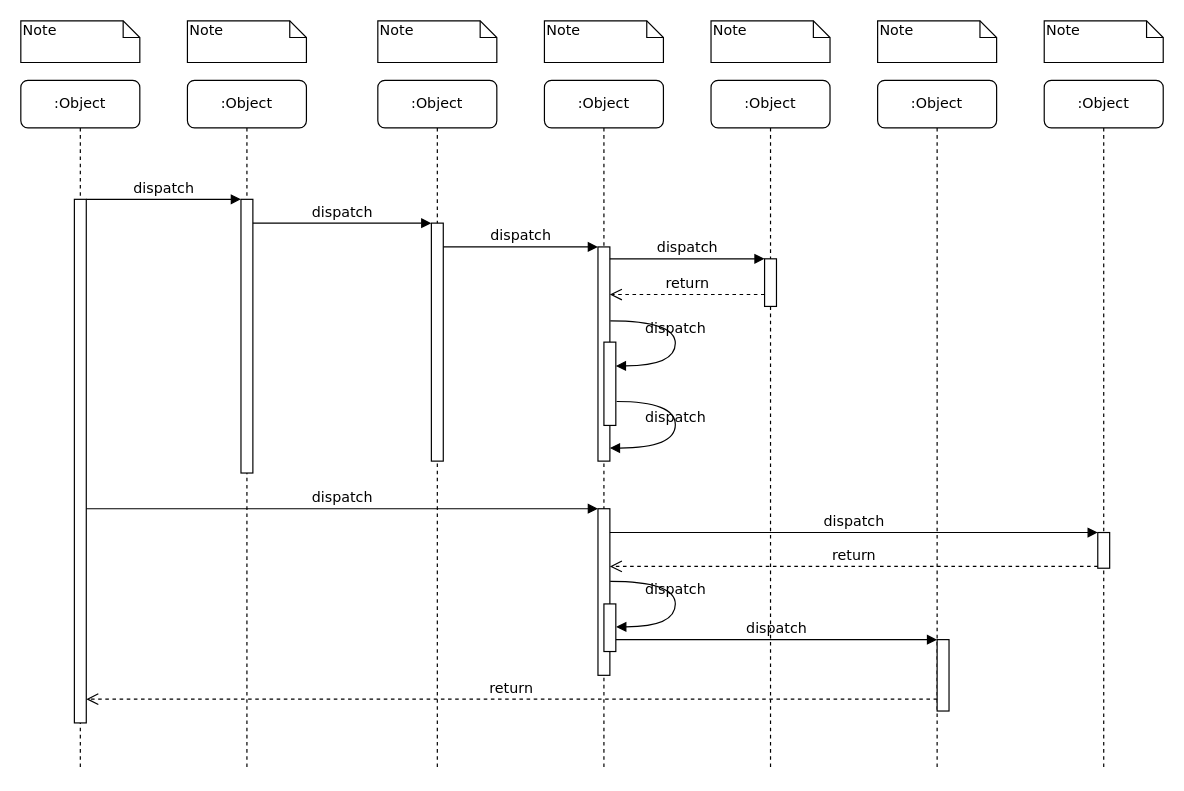
Earlier version of the draw.io diagram page "Page-1" (1 of 2) of 未命名表单.drawio (liuzhiguang/draw_io). Source tidied: cells renumbered, new cells numbered last; positions are measured from the earlier drawing's top-left corner, leaving out a move shared by most shapes. Both pictures are drawn from the tidied source at 119%, with x=0, y=0 at pixel (20, 20).
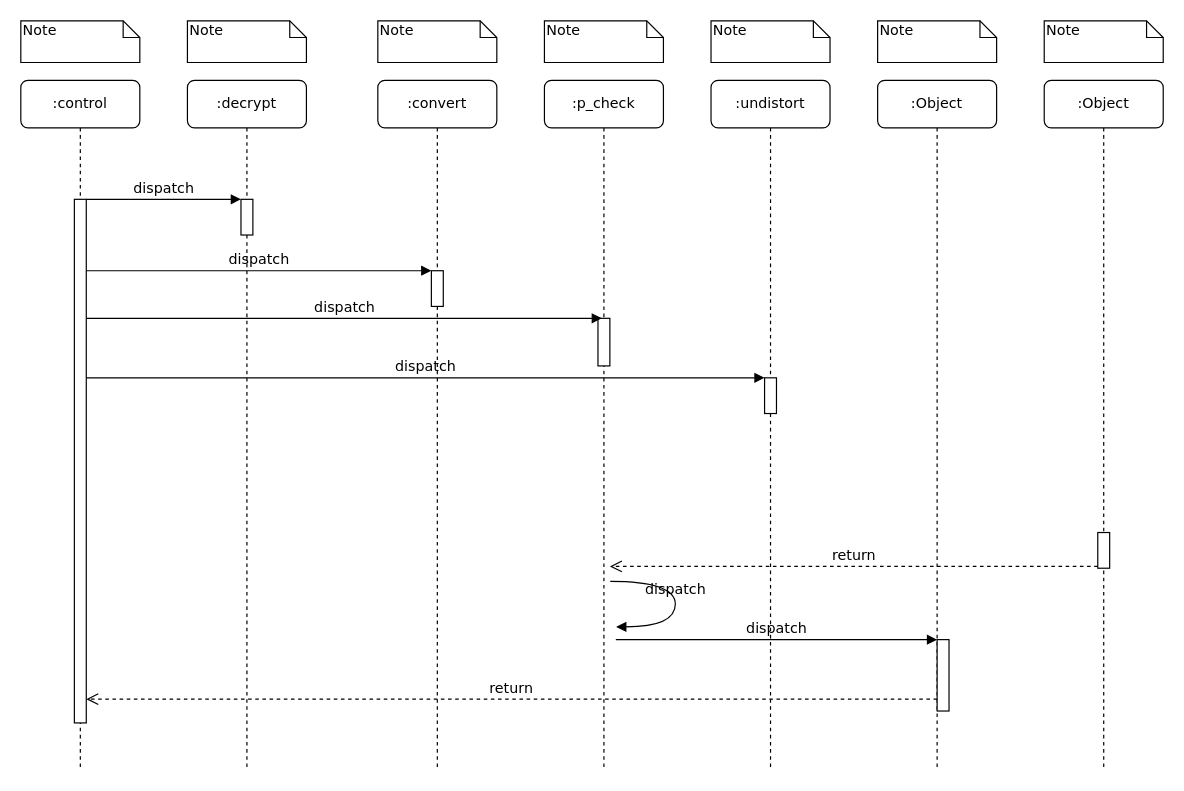
After the change.

The change refers to these unchanged cells:
```xml
<mxCell id="11" style="html=1;points=[];perimeter=orthogonalPerimeter;rounded=0;shadow=0;comic=0;labelBackgroundColor=none;strokeColor=#000000;strokeWidth=1;fillColor=#FFFFFF;fontFamily=Verdana;fontSize=12;fontColor=#000000;align=center;" parent="10" vertex="1">
  <mxGeometry x="45" y="100" width="10" height="440" as="geometry" />
</mxCell>
<mxCell id="19" style="html=1;points=[];perimeter=orthogonalPerimeter;rounded=0;shadow=0;comic=0;labelBackgroundColor=none;strokeColor=#000000;strokeWidth=1;fillColor=#FFFFFF;fontFamily=Verdana;fontSize=12;fontColor=#000000;align=center;" parent="1" vertex="1">
  <mxGeometry x="905" y="430" width="10" height="30" as="geometry" />
</mxCell>
<mxCell id="22" style="html=1;points=[];perimeter=orthogonalPerimeter;rounded=0;shadow=0;comic=0;labelBackgroundColor=none;strokeColor=#000000;strokeWidth=1;fillColor=#FFFFFF;fontFamily=Verdana;fontSize=12;fontColor=#000000;align=center;" parent="1" vertex="1">
  <mxGeometry x="770" y="520" width="10" height="60" as="geometry" />
</mxCell>
```

Diff of the diagram source:
```diff
@@
-    <mxCell id="2" value=":Object" style="shape=umlLifeline;perimeter=lifelinePerimeter;whiteSpace=wrap;html=1;rounded=1;shadow=0;comic=0;labelBackgroundColor=none;strokeColor=#000000;strokeWidth=1;fillColor=#FFFFFF;fontFamily=Verdana;fontSize=12;fontColor=#000000;align=center;" parent="1" vertex="1">
+    <mxCell id="2" value=":decrypt" style="shape=umlLifeline;perimeter=lifelinePerimeter;whiteSpace=wrap;html=1;rounded=1;shadow=0;comic=0;labelBackgroundColor=none;strokeColor=#000000;strokeWidth=1;fillColor=#FFFFFF;fontFamily=Verdana;fontSize=12;fontColor=#000000;align=center;" parent="1" vertex="1">
       <mxGeometry x="140" y="50" width="100" height="580" as="geometry" />
     </mxCell>
     <mxCell id="3" style="html=1;points=[];perimeter=orthogonalPerimeter;rounded=0;shadow=0;comic=0;labelBackgroundColor=none;strokeColor=#000000;strokeWidth=1;fillColor=#FFFFFF;fontFamily=Verdana;fontSize=12;fontColor=#000000;align=center;" parent="2" vertex="1">
-      <mxGeometry x="45" y="100" width="10" height="230" as="geometry" />
+      <mxGeometry x="45" y="100" width="10" height="30" as="geometry" />
     </mxCell>
-    <mxCell id="4" value=":Object" style="shape=umlLifeline;perimeter=lifelinePerimeter;whiteSpace=wrap;html=1;rounded=1;shadow=0;comic=0;labelBackgroundColor=none;strokeColor=#000000;strokeWidth=1;fillColor=#FFFFFF;fontFamily=Verdana;fontSize=12;fontColor=#000000;align=center;" parent="1" vertex="1">
+    <mxCell id="4" value=":convert" style="shape=umlLifeline;perimeter=lifelinePerimeter;whiteSpace=wrap;html=1;rounded=1;shadow=0;comic=0;labelBackgroundColor=none;strokeColor=#000000;strokeWidth=1;fillColor=#FFFFFF;fontFamily=Verdana;fontSize=12;fontColor=#000000;align=center;" parent="1" vertex="1">
       <mxGeometry x="300" y="50" width="100" height="580" as="geometry" />
     </mxCell>
     <mxCell id="5" style="html=1;points=[];perimeter=orthogonalPerimeter;rounded=0;shadow=0;comic=0;labelBackgroundColor=none;strokeColor=#000000;strokeWidth=1;fillColor=#FFFFFF;fontFamily=Verdana;fontSize=12;fontColor=#000000;align=center;" parent="4" vertex="1">
-      <mxGeometry x="45" y="120" width="10" height="200" as="geometry" />
+      <mxGeometry x="45" y="160" width="10" height="30" as="geometry" />
     </mxCell>
-    <mxCell id="6" value=":Object" style="shape=umlLifeline;perimeter=lifelinePerimeter;whiteSpace=wrap;html=1;rounded=1;shadow=0;comic=0;labelBackgroundColor=none;strokeColor=#000000;strokeWidth=1;fillColor=#FFFFFF;fontFamily=Verdana;fontSize=12;fontColor=#000000;align=center;" parent="1" vertex="1">
+    <mxCell id="6" value=":p_check" style="shape=umlLifeline;perimeter=lifelinePerimeter;whiteSpace=wrap;html=1;rounded=1;shadow=0;comic=0;labelBackgroundColor=none;strokeColor=#000000;strokeWidth=1;fillColor=#FFFFFF;fontFamily=Verdana;fontSize=12;fontColor=#000000;align=center;" parent="1" vertex="1">
       <mxGeometry x="440" y="50" width="100" height="580" as="geometry" />
     </mxCell>
-    <mxCell id="7" value=":Object" style="shape=umlLifeline;perimeter=lifelinePerimeter;whiteSpace=wrap;html=1;rounded=1;shadow=0;comic=0;labelBackgroundColor=none;strokeColor=#000000;strokeWidth=1;fillColor=#FFFFFF;fontFamily=Verdana;fontSize=12;fontColor=#000000;align=center;" parent="1" vertex="1">
+    <mxCell id="7" value=":undistort" style="shape=umlLifeline;perimeter=lifelinePerimeter;whiteSpace=wrap;html=1;rounded=1;shadow=0;comic=0;labelBackgroundColor=none;strokeColor=#000000;strokeWidth=1;fillColor=#FFFFFF;fontFamily=Verdana;fontSize=12;fontColor=#000000;align=center;" parent="1" vertex="1">
       <mxGeometry x="580" y="50" width="100" height="580" as="geometry" />
     </mxCell>
+    <mxCell id="14" style="html=1;points=[];perimeter=orthogonalPerimeter;rounded=0;shadow=0;comic=0;labelBackgroundColor=none;strokeColor=#000000;strokeWidth=1;fillColor=#FFFFFF;fontFamily=Verdana;fontSize=12;fontColor=#000000;align=center;" parent="7" vertex="1">
+      <mxGeometry x="45" y="250" width="10" height="30" as="geometry" />
+    </mxCell>
@@
-    <mxCell id="10" value=":Object" style="shape=umlLifeline;perimeter=lifelinePerimeter;whiteSpace=wrap;html=1;rounded=1;shadow=0;comic=0;labelBackgroundColor=none;strokeColor=#000000;strokeWidth=1;fillColor=#FFFFFF;fontFamily=Verdana;fontSize=12;fontColor=#000000;align=center;" parent="1" vertex="1">
+    <mxCell id="10" value=":control" style="shape=umlLifeline;perimeter=lifelinePerimeter;whiteSpace=wrap;html=1;rounded=1;shadow=0;comic=0;labelBackgroundColor=none;strokeColor=#000000;strokeWidth=1;fillColor=#FFFFFF;fontFamily=Verdana;fontSize=12;fontColor=#000000;align=center;" parent="1" vertex="1">
       <mxGeometry y="50" width="100" height="580" as="geometry" />
     </mxCell>
@@
     <mxCell id="12" style="html=1;points=[];perimeter=orthogonalPerimeter;rounded=0;shadow=0;comic=0;labelBackgroundColor=none;strokeColor=#000000;strokeWidth=1;fillColor=#FFFFFF;fontFamily=Verdana;fontSize=12;fontColor=#000000;align=center;" parent="1" vertex="1">
-      <mxGeometry x="485" y="190" width="10" height="180" as="geometry" />
+      <mxGeometry x="485" y="250" width="10" height="40" as="geometry" />
     </mxCell>
-    <mxCell id="13" value="dispatch" style="html=1;verticalAlign=bottom;endArrow=block;labelBackgroundColor=none;fontFamily=Verdana;fontSize=12;edgeStyle=elbowEdgeStyle;elbow=vertical;" parent="1" edge="1" source="5" target="12">
-      <mxGeometry relative="1" as="geometry">
-        <Array as="points">
-          <mxPoint x="360" y="190" />
-        </Array>
-      </mxGeometry>
+    <mxCell id="13" value="dispatch" style="html=1;verticalAlign=bottom;endArrow=block;labelBackgroundColor=none;fontFamily=Verdana;fontSize=12;edgeStyle=elbowEdgeStyle;elbow=vertical;entryX=0.331;entryY=0.001;entryDx=0;entryDy=0;entryPerimeter=0;" parent="1" edge="1" source="11" target="12">
+      <mxGeometry relative="1" as="geometry" />
     </mxCell>
-    <mxCell id="14" style="html=1;points=[];perimeter=orthogonalPerimeter;rounded=0;shadow=0;comic=0;labelBackgroundColor=none;strokeColor=#000000;strokeWidth=1;fillColor=#FFFFFF;fontFamily=Verdana;fontSize=12;fontColor=#000000;align=center;" parent="1" vertex="1">
-      <mxGeometry x="625" y="200" width="10" height="40" as="geometry" />
-    </mxCell>
-    <mxCell id="15" value="dispatch" style="html=1;verticalAlign=bottom;endArrow=block;entryX=0;entryY=0;labelBackgroundColor=none;fontFamily=Verdana;fontSize=12;edgeStyle=elbowEdgeStyle;elbow=vertical;" parent="1" edge="1" source="12" target="14">
+    <mxCell id="15" value="dispatch" style="html=1;verticalAlign=bottom;endArrow=block;entryX=0;entryY=0;labelBackgroundColor=none;fontFamily=Verdana;fontSize=12;edgeStyle=elbowEdgeStyle;elbow=vertical;" parent="1" edge="1" source="11" target="14">
       <mxGeometry relative="1" as="geometry" />
     </mxCell>
-    <mxCell id="16" value="return" style="html=1;verticalAlign=bottom;endArrow=open;dashed=1;endSize=8;labelBackgroundColor=none;fontFamily=Verdana;fontSize=12;edgeStyle=elbowEdgeStyle;elbow=vertical;" parent="1" edge="1" source="14" target="12">
-      <mxGeometry relative="1" as="geometry">
-        <Array as="points">
-          <mxPoint x="570" y="230" />
-          <mxPoint x="600" y="230" />
-        </Array>
-      </mxGeometry>
-    </mxCell>
-    <mxCell id="17" style="html=1;points=[];perimeter=orthogonalPerimeter;rounded=0;shadow=0;comic=0;labelBackgroundColor=none;strokeColor=#000000;strokeWidth=1;fillColor=#FFFFFF;fontFamily=Verdana;fontSize=12;fontColor=#000000;align=center;" parent="1" vertex="1">
-      <mxGeometry x="485" y="410" width="10" height="140" as="geometry" />
-    </mxCell>
-    <mxCell id="18" value="dispatch" style="html=1;verticalAlign=bottom;endArrow=block;entryX=0;entryY=0;labelBackgroundColor=none;fontFamily=Verdana;fontSize=12;" parent="1" edge="1" source="11" target="17">
-      <mxGeometry relative="1" as="geometry" />
-    </mxCell>
@@
-    <mxCell id="20" value="dispatch" style="html=1;verticalAlign=bottom;endArrow=block;entryX=0;entryY=0;labelBackgroundColor=none;fontFamily=Verdana;fontSize=12;" parent="1" edge="1" source="17" target="19">
-      <mxGeometry relative="1" as="geometry" />
-    </mxCell>
-    <mxCell id="21" value="return" style="html=1;verticalAlign=bottom;endArrow=open;dashed=1;endSize=8;exitX=0;exitY=0.95;labelBackgroundColor=none;fontFamily=Verdana;fontSize=12;" parent="1" edge="1" source="19" target="17">
-      <mxGeometry relative="1" as="geometry" />
+    <mxCell id="21" value="return" style="html=1;verticalAlign=bottom;endArrow=open;dashed=1;endSize=8;exitX=0;exitY=0.95;labelBackgroundColor=none;fontFamily=Verdana;fontSize=12;" parent="1" edge="1" source="19">
+      <mxGeometry relative="1" as="geometry">
+        <mxPoint x="495" y="458.5" as="targetPoint" />
+      </mxGeometry>
     </mxCell>
@@
-    <mxCell id="23" value="dispatch" style="html=1;verticalAlign=bottom;endArrow=block;entryX=0;entryY=0;labelBackgroundColor=none;fontFamily=Verdana;fontSize=12;edgeStyle=elbowEdgeStyle;elbow=vertical;" parent="1" edge="1" source="30" target="22">
-      <mxGeometry relative="1" as="geometry" />
+    <mxCell id="23" value="dispatch" style="html=1;verticalAlign=bottom;endArrow=block;entryX=0;entryY=0;labelBackgroundColor=none;fontFamily=Verdana;fontSize=12;edgeStyle=elbowEdgeStyle;elbow=vertical;" parent="1" edge="1" target="22">
+      <mxGeometry relative="1" as="geometry">
+        <mxPoint x="500" y="520" as="sourcePoint" />
+      </mxGeometry>
     </mxCell>
@@
-    <mxCell id="26" value="dispatch" style="html=1;verticalAlign=bottom;endArrow=block;entryX=0;entryY=0;labelBackgroundColor=none;fontFamily=Verdana;fontSize=12;edgeStyle=elbowEdgeStyle;elbow=vertical;" parent="1" edge="1" source="3" target="5">
+    <mxCell id="26" value="dispatch" style="html=1;verticalAlign=bottom;endArrow=block;entryX=0;entryY=0;labelBackgroundColor=none;fontFamily=Verdana;fontSize=12;edgeStyle=elbowEdgeStyle;elbow=vertical;" parent="1" edge="1" source="11" target="5">
       <mxGeometry relative="1" as="geometry" />
     </mxCell>
-    <mxCell id="27" style="html=1;points=[];perimeter=orthogonalPerimeter;rounded=0;shadow=0;comic=0;labelBackgroundColor=none;strokeColor=#000000;strokeWidth=1;fillColor=#FFFFFF;fontFamily=Verdana;fontSize=12;fontColor=#000000;align=center;" parent="1" vertex="1">
-      <mxGeometry x="490" y="270" width="10" height="70" as="geometry" />
-    </mxCell>
-    <mxCell id="28" value="dispatch" style="html=1;verticalAlign=bottom;endArrow=block;labelBackgroundColor=none;fontFamily=Verdana;fontSize=12;elbow=vertical;edgeStyle=orthogonalEdgeStyle;curved=1;entryX=1;entryY=0.286;entryPerimeter=0;exitX=1.038;exitY=0.345;exitPerimeter=0;" parent="1" edge="1" source="12" target="27">
-      <mxGeometry relative="1" as="geometry">
-        <Array as="points">
-          <mxPoint x="550" y="252" />
-          <mxPoint x="550" y="290" />
-        </Array>
-      </mxGeometry>
-    </mxCell>
-    <mxCell id="29" value="dispatch" style="html=1;verticalAlign=bottom;endArrow=block;labelBackgroundColor=none;fontFamily=Verdana;fontSize=12;elbow=vertical;edgeStyle=orthogonalEdgeStyle;curved=1;exitX=1.066;exitY=0.713;exitPerimeter=0;" parent="1" edge="1" source="27">
-      <mxGeometry relative="1" as="geometry">
-        <mxPoint x="495" y="359" as="targetPoint" />
-        <Array as="points">
-          <mxPoint x="550" y="320" />
-          <mxPoint x="550" y="359" />
-        </Array>
-      </mxGeometry>
-    </mxCell>
-    <mxCell id="30" style="html=1;points=[];perimeter=orthogonalPerimeter;rounded=0;shadow=0;comic=0;labelBackgroundColor=none;strokeColor=#000000;strokeWidth=1;fillColor=#FFFFFF;fontFamily=Verdana;fontSize=12;fontColor=#000000;align=center;" parent="1" vertex="1">
-      <mxGeometry x="490" y="490" width="10" height="40" as="geometry" />
-    </mxCell>
```
